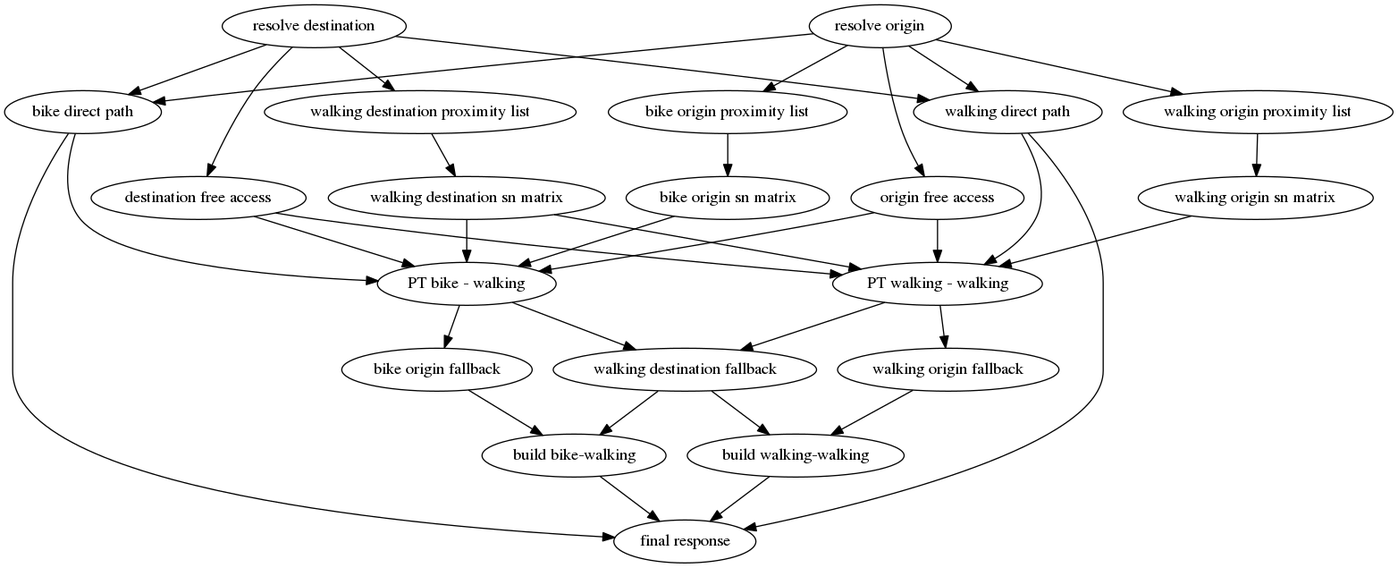
This is documentation/diagrams/distributed.png from hove-io/navitia, a Graphviz export, as it was before one commit. Its source is kept beside it as documentation/diagrams/distributed.gv. Source of this version:
```dot
digraph distributed {
    "resolve origin" -> "walking direct path" -> "final response"
    "resolve destination" -> "walking direct path"

    "resolve origin" -> "bike direct path" -> "final response"
    "resolve destination" -> "bike direct path"

    "resolve origin" -> "origin free access"
    "resolve destination" -> "destination free access"

    "resolve origin" -> "bike origin proximity list" -> "bike origin sn matrix"
    "resolve origin" -> "walking origin proximity list" -> "walking origin sn matrix"
    "resolve destination" -> "walking destination proximity list" -> "walking destination sn matrix"

    "walking origin sn matrix" -> "PT walking - walking"
    "walking destination sn matrix" -> "PT walking - walking"
    "walking direct path" -> "PT walking - walking"
    "origin free access" -> "PT walking - walking"
    "destination free access" -> "PT walking - walking"

    "bike origin sn matrix" -> "PT bike - walking"
    "walking destination sn matrix" -> "PT bike - walking"
    "bike direct path" -> "PT bike - walking"
    "origin free access" -> "PT bike - walking"
    "destination free access" -> "PT bike - walking"

    "PT bike - walking" -> "bike origin fallback"  -> "build bike-walking" -> "final response"
    "PT bike - walking" -> "walking destination fallback" -> "build bike-walking"

    "PT walking - walking" -> "walking origin fallback" -> "build walking-walking" -> "final response"
    "PT walking - walking" -> "walking destination fallback" -> "build walking-walking"
}
```
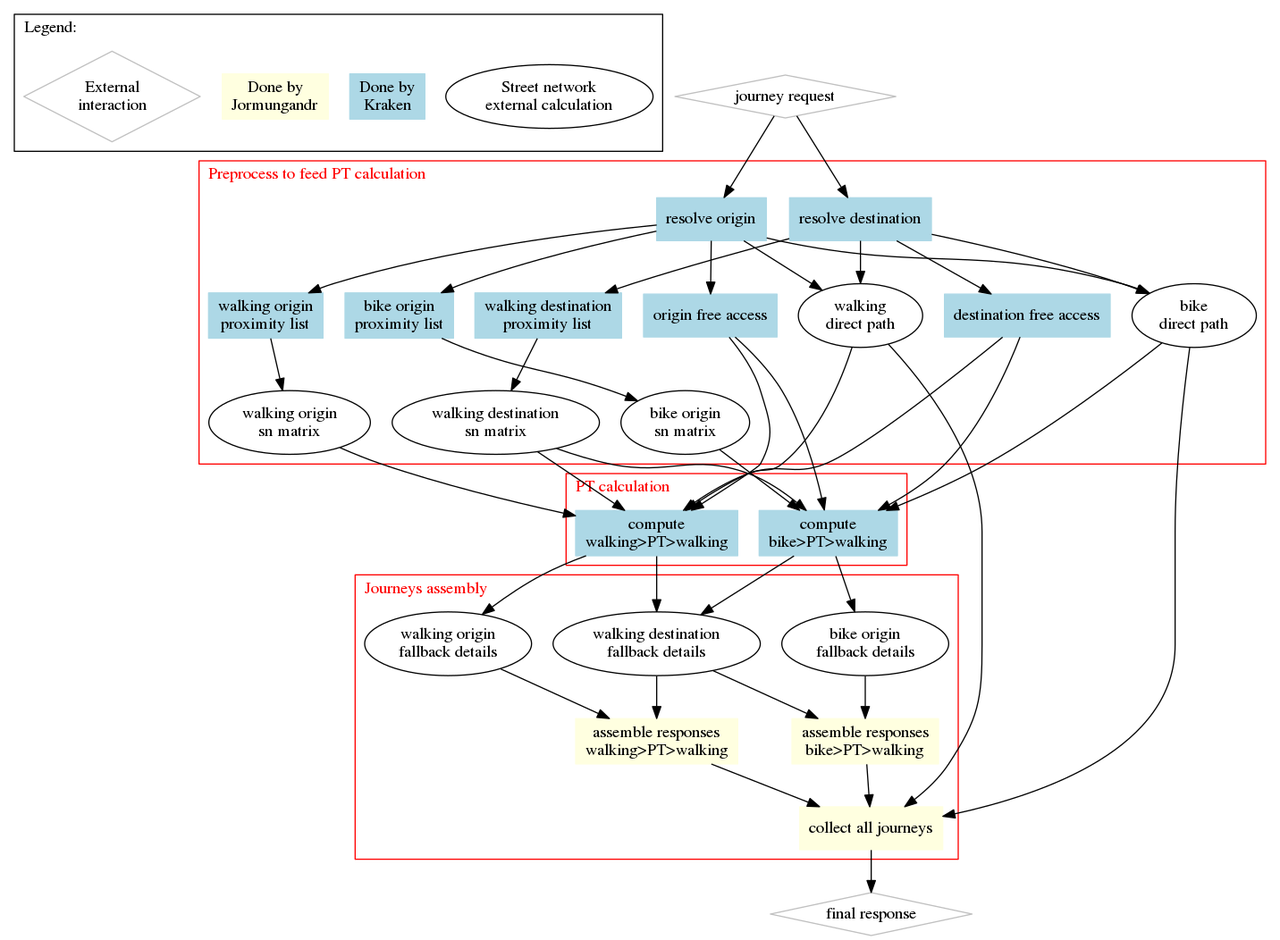
The same file after the commit.

Commit message:
update schemas following remarks

Diff of the diagram source:
```diff
@@ -1,32 +1,96 @@
+
 digraph distributed {
-    "resolve origin" -> "walking direct path" -> "final response"
-    "resolve destination" -> "walking direct path"
+    subgraph cluster_legend {
+        label = "Legend:"
+        labeljust = "l"
 
-    "resolve origin" -> "bike direct path" -> "final response"
-    "resolve destination" -> "bike direct path"
+        legend_delegated [label = "Street network\nexternal calculation"]
+        legend_kraken [label = "Done by\nKraken", shape = box, color = lightblue, style = filled]
+        legend_jormungandr [label= "Done by\nJormungandr", shape = box, color = lightyellow, style = filled]
+        legend_external [label = "External\ninteraction", shape = diamond, color = gray]
+    }
 
-    "resolve origin" -> "origin free access"
-    "resolve destination" -> "destination free access"
 
-    "resolve origin" -> "bike origin proximity list" -> "bike origin sn matrix"
-    "resolve origin" -> "walking origin proximity list" -> "walking origin sn matrix"
-    "resolve destination" -> "walking destination proximity list" -> "walking destination sn matrix"
+    req [label = "journey request", shape = diamond, color = gray]
+    resp [label = "final response", shape = diamond, color = gray]
 
-    "walking origin sn matrix" -> "PT walking - walking"
-    "walking destination sn matrix" -> "PT walking - walking"
-    "walking direct path" -> "PT walking - walking"
-    "origin free access" -> "PT walking - walking"
-    "destination free access" -> "PT walking - walking"
+    subgraph cluster_preprocess_for_pt {
+        label = "Preprocess to feed PT calculation"
+        labeljust = "l"
+        color = red
+        fontcolor = red
 
-    "bike origin sn matrix" -> "PT bike - walking"
-    "walking destination sn matrix" -> "PT bike - walking"
-    "bike direct path" -> "PT bike - walking"
-    "origin free access" -> "PT bike - walking"
-    "destination free access" -> "PT bike - walking"
+        res_orig [label = "resolve origin", shape = box, color = lightblue, style = filled]
+        res_dest [label = "resolve destination", shape = box, color = lightblue, style = filled]
+        orig_free [label = "origin free access", shape = box, color = lightblue, style = filled]
+        dest_free [label = "destination free access", shape = box, color = lightblue, style = filled]
+        walk_dp [label = "walking\ndirect path"]
+        bike_dp [label = "bike\ndirect path"]
+        orig_walk_pl [label = "walking origin\nproximity list", shape = box, color = lightblue, style = filled]
+        orig_bike_pl [label = "bike origin\nproximity list", shape = box, color = lightblue, style = filled]
+        dest_walk_pl [label = "walking destination\nproximity list", shape = box, color = lightblue, style = filled]
+        orig_walk_matrix [label = "walking origin\nsn matrix"]
+        orig_bike_matrix [label = "bike origin\nsn matrix"]
+        dest_walk_matrix [label = "walking destination\nsn matrix"]
+    }
 
-    "PT bike - walking" -> "bike origin fallback"  -> "build bike-walking" -> "final response"
-    "PT bike - walking" -> "walking destination fallback" -> "build bike-walking"
+    subgraph cluster_pt_calculation {
+        walking_pt_walking [label = "compute\nwalking>PT>walking", shape = box, color = lightblue, style = filled]
+        bike_pt_walking [label = "compute\nbike>PT>walking", shape = box, color = lightblue, style = filled]
 
-    "PT walking - walking" -> "walking origin fallback" -> "build walking-walking" -> "final response"
-    "PT walking - walking" -> "walking destination fallback" -> "build walking-walking"
+        label = "PT calculation"
+        labeljust = "l"
+        color = red
+        fontcolor = red
+    }
+
+    subgraph cluster_assembly {
+        orig_walk_fallback [label = "walking origin\nfallback details"]
+        orig_bike_fallback [label = "bike origin\nfallback details"]
+        dest_walk_fallback [label = "walking destination\nfallback details"]
+        assemble_walk_pt_walk [label = "assemble responses\nwalking>PT>walking", shape = "box", color = lightyellow, style = filled]
+        assemble_bike_pt_walk [label = "assemble responses\nbike>PT>walking", shape = "box", color = lightyellow, style = filled]
+        collect [label= "collect all journeys", shape = box, color = lightyellow, style = filled]
+
+        label = "Journeys assembly"
+        labeljust = "l"
+        color = red
+        fontcolor = red
+    }
+
+    req -> res_orig
+    req -> res_dest
+
+    res_orig -> walk_dp -> collect
+    res_dest -> walk_dp
+
+    res_orig -> bike_dp -> collect
+    res_dest -> bike_dp
+
+    res_orig -> orig_free
+    res_dest -> dest_free
+
+    res_orig -> orig_walk_pl -> orig_walk_matrix
+    res_orig -> orig_bike_pl -> orig_bike_matrix
+    res_dest -> dest_walk_pl -> dest_walk_matrix
+
+    orig_walk_matrix -> walking_pt_walking
+    dest_walk_matrix -> walking_pt_walking
+    walk_dp -> walking_pt_walking
+    orig_free -> walking_pt_walking
+    dest_free -> walking_pt_walking
+
+    orig_bike_matrix -> bike_pt_walking
+    dest_walk_matrix -> bike_pt_walking
+    bike_dp -> bike_pt_walking
+    orig_free -> bike_pt_walking
+    dest_free -> bike_pt_walking
+
+    walking_pt_walking -> dest_walk_fallback -> assemble_walk_pt_walk
+    walking_pt_walking -> orig_walk_fallback -> assemble_walk_pt_walk -> collect
+
+    bike_pt_walking -> dest_walk_fallback -> assemble_bike_pt_walk
+    bike_pt_walking -> orig_bike_fallback  -> assemble_bike_pt_walk -> collect
+
+    collect -> resp
 }
```
